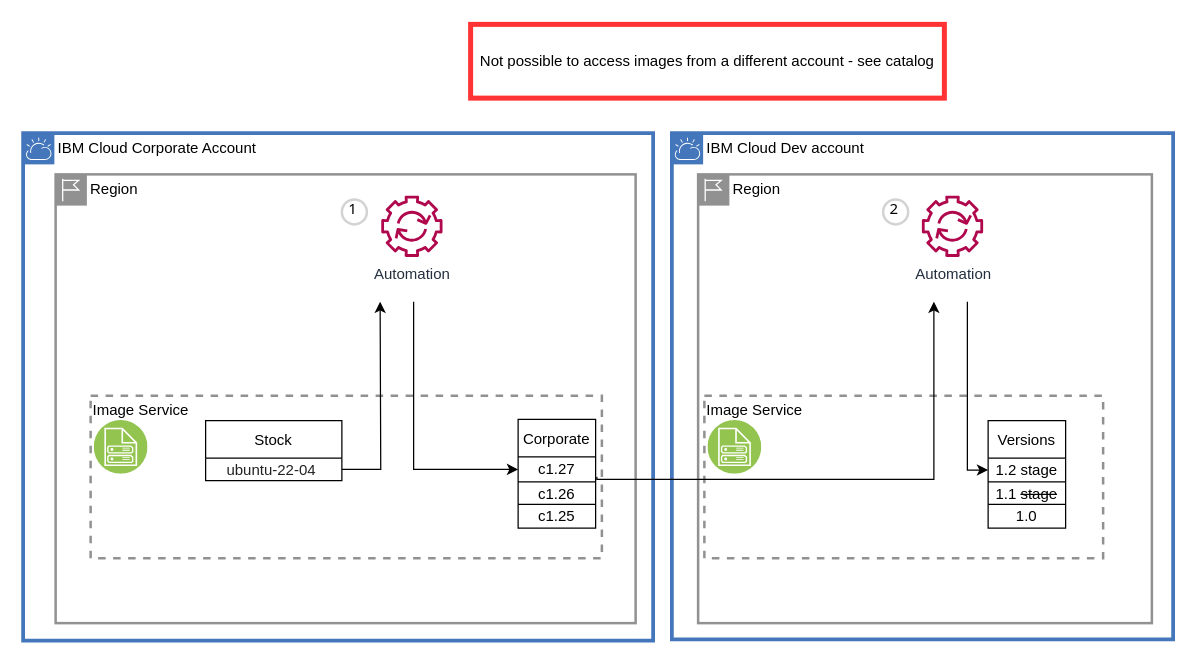
Before: page "corporate-account" (5 of 10) of drawio/image.drawio in IBM-Cloud/vsi-ci-cd, a draw.io diagram. Source tidied: cells renumbered, new cells numbered last; positions are measured from the earlier drawing's top-left corner, leaving out a move shared by most shapes. Both pictures are drawn from the tidied source at 125%, with x=0, y=0 at pixel (22, 24).
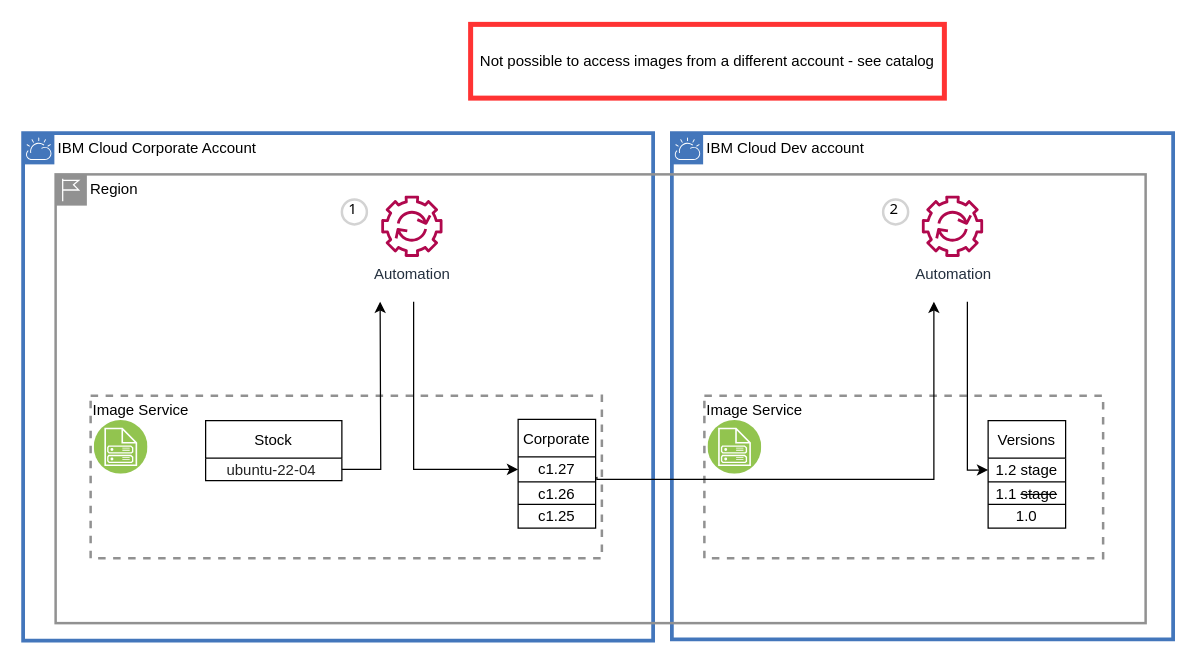
After the change.

Change to the diagram source:
```diff
@@
     <mxCell id="5" value="Region" style="shape=mxgraph.ibm.box;prType=region;fontStyle=0;verticalAlign=top;align=left;spacingLeft=32;spacingTop=4;fillColor=none;rounded=0;whiteSpace=wrap;html=1;strokeColor=#919191;strokeWidth=2;dashed=0;spacing=-4;" parent="1" vertex="1">
-      <mxGeometry x="26" y="120" width="464" height="359" as="geometry" />
+      <mxGeometry x="26" y="120" width="872" height="359" as="geometry" />
     </mxCell>
-    <mxCell id="6" value="Region" style="shape=mxgraph.ibm.box;prType=region;fontStyle=0;verticalAlign=top;align=left;spacingLeft=32;spacingTop=4;fillColor=none;rounded=0;whiteSpace=wrap;html=1;strokeColor=#919191;strokeWidth=2;dashed=0;spacing=-4;" parent="1" vertex="1">
-      <mxGeometry x="540" y="120" width="363" height="359" as="geometry" />
-    </mxCell>
```
